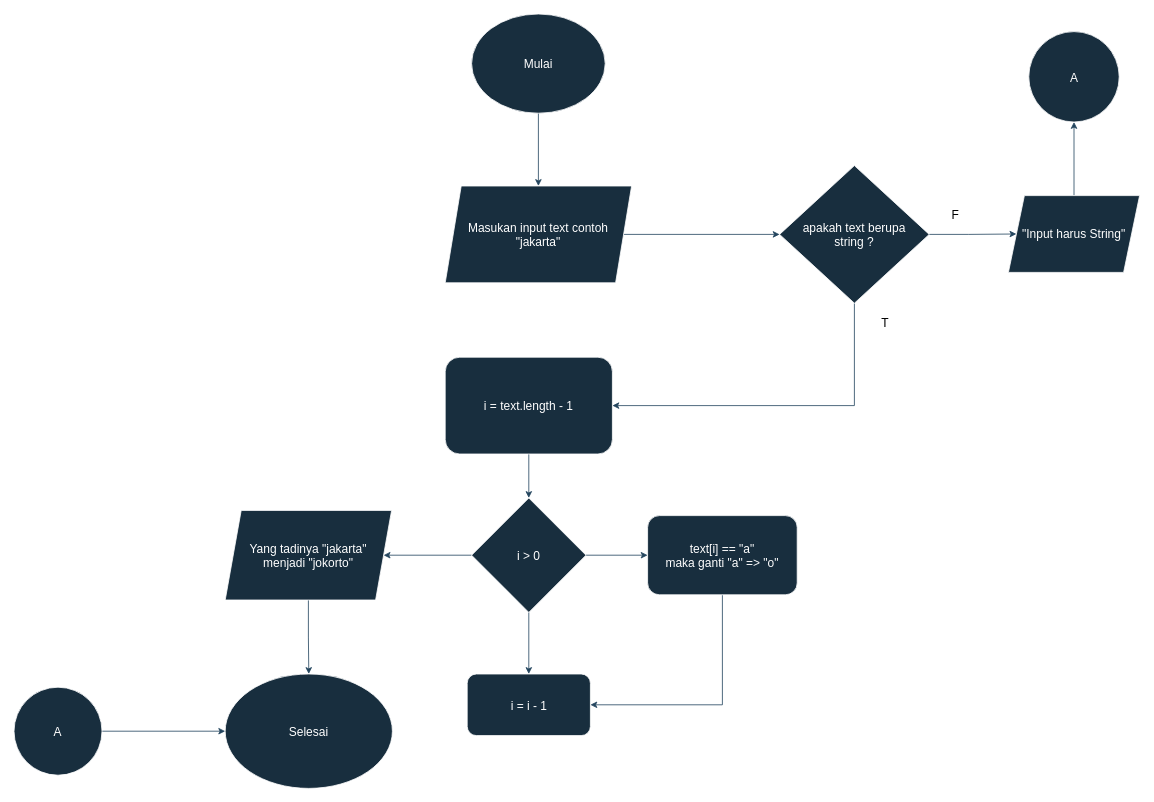
This is flowchart/huruf-konsonan2.drawio from redhadefinto/logic-basic, a draw.io file, before an edit. Source tidied: cells renumbered, new cells numbered last; positions are measured from the earlier drawing's top-left corner, leaving out a move shared by most shapes. Both pictures are drawn from the tidied source at 80%, with x=0, y=0 at pixel (14, 14).
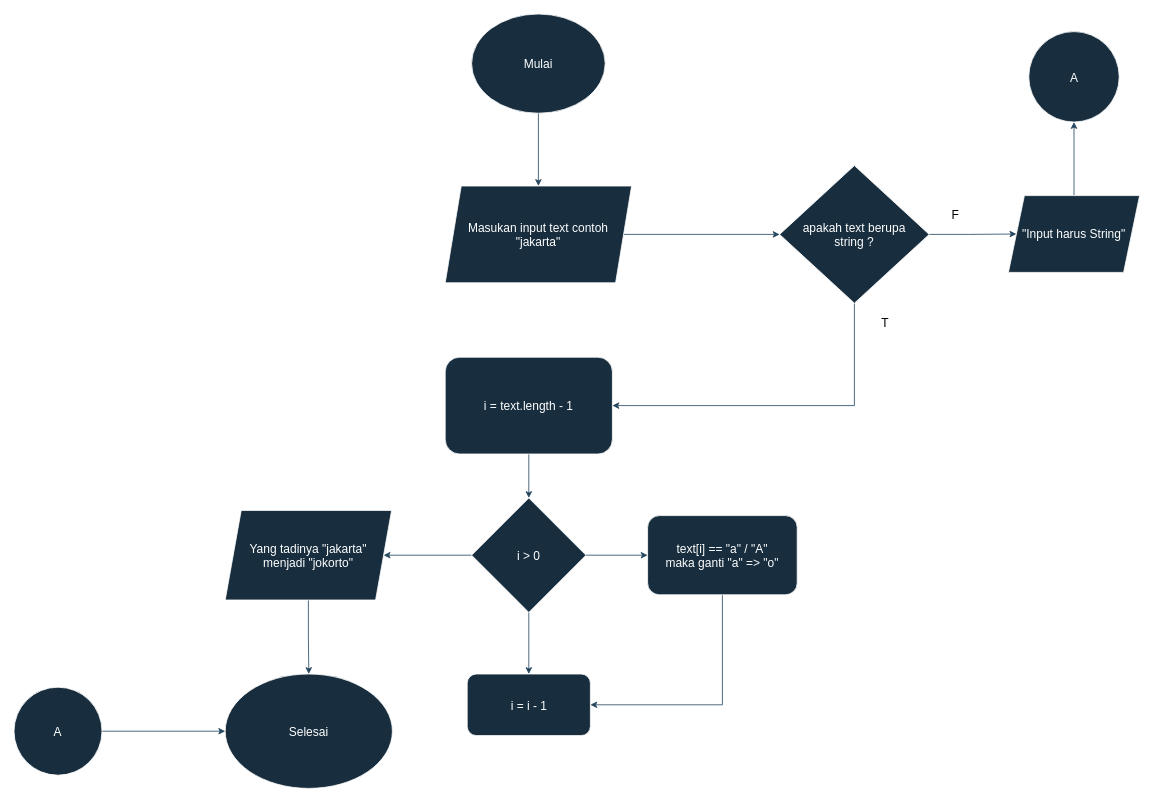
Above is the later version.

Change to the diagram source:
```diff
@@
-    <mxCell id="17" value="text[i] == &quot;a&quot;&lt;br&gt;maka ganti &quot;a&quot; =&amp;gt; &quot;o&quot;" style="rounded=1;whiteSpace=wrap;html=1;strokeColor=#FFFFFF;fontSize=15;fontColor=#FFFFFF;fillColor=#182E3E;" parent="1" vertex="1">
+    <mxCell id="17" value="text[i] == &quot;a&quot; / &quot;A&quot;&lt;br&gt;maka ganti &quot;a&quot; =&amp;gt; &quot;o&quot;" style="rounded=1;whiteSpace=wrap;html=1;strokeColor=#FFFFFF;fontSize=15;fontColor=#FFFFFF;fillColor=#182E3E;" parent="1" vertex="1">
       <mxGeometry x="792" y="627" width="187" height="99" as="geometry" />
     </mxCell>
```
